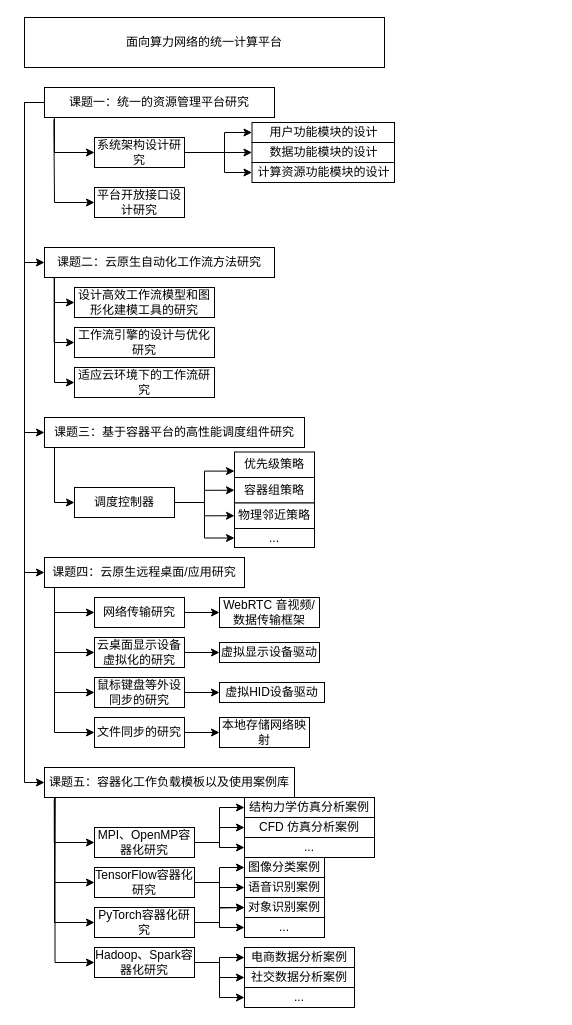
Above: page "第 2 页" (2 of 3) of suanflow.drawio in Fruneng/drawio-storage (draw.io), before the change. Source tidied: cells renumbered, new cells numbered last; positions are measured from the earlier drawing's top-left corner, leaving out a move shared by most shapes. Both pictures are drawn from the tidied source at 100%, with x=0, y=0 at pixel (24, 17).
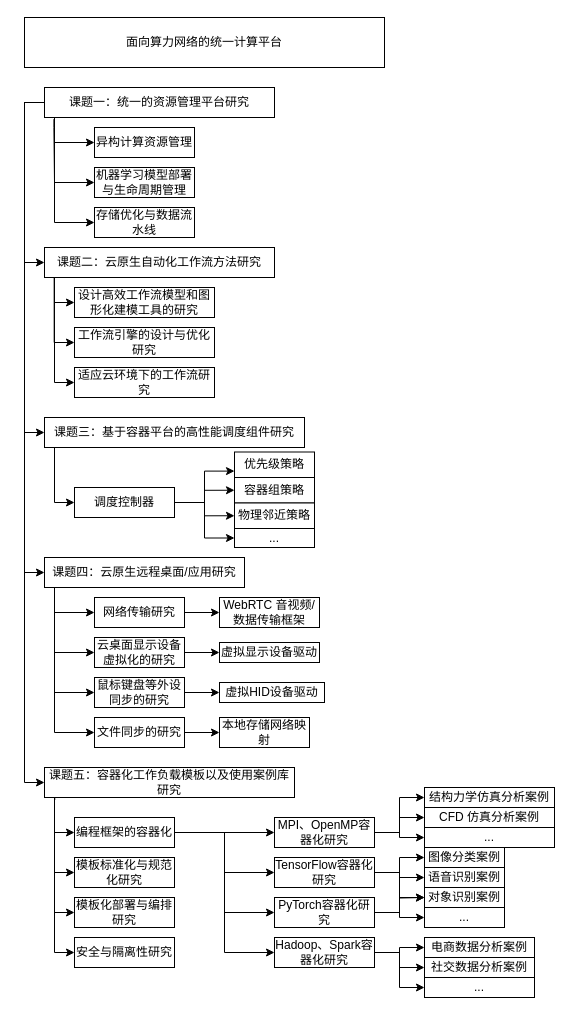
The same diagram, later.

Unchanged cells that the change refers to:
```xml
<mxCell id="5" value="课题一：统一的资源管理平台研究" style="rounded=0;whiteSpace=wrap;html=1;" parent="1" vertex="1">
  <mxGeometry x="20" y="70" width="230" height="30" as="geometry" />
</mxCell>
```

What changed in the source:
```diff
@@
-    <mxCell id="3" style="edgeStyle=orthogonalEdgeStyle;rounded=0;jettySize=auto;html=1;entryX=0;entryY=0.5;entryDx=0;entryDy=0;exitX=1;exitY=0.5;exitDx=0;exitDy=0;" parent="1" edge="1" source="60" target="44">
-      <mxGeometry relative="1" as="geometry">
-        <Array as="points">
-          <mxPoint x="200" y="135" />
-          <mxPoint x="200" y="115" />
-        </Array>
-      </mxGeometry>
-    </mxCell>
     <mxCell id="4" style="edgeStyle=orthogonalEdgeStyle;rounded=0;jettySize=auto;html=1;entryX=0;entryY=0.5;entryDx=0;entryDy=0;" parent="1" edge="1" source="5" target="60">
       <mxGeometry relative="1" as="geometry">
         <Array as="points">
-          <mxPoint x="30" y="135" />
+          <mxPoint x="30" y="125" />
         </Array>
       </mxGeometry>
     </mxCell>
@@
-    <mxCell id="10" style="edgeStyle=orthogonalEdgeStyle;rounded=0;jettySize=auto;html=1;entryX=0;entryY=0.5;entryDx=0;entryDy=0;exitX=0.039;exitY=1.069;exitDx=0;exitDy=0;exitPerimeter=0;" parent="1" edge="1" source="12" target="16">
-      <mxGeometry relative="1" as="geometry">
-        <Array as="points">
-          <mxPoint x="30" y="825" />
-        </Array>
-      </mxGeometry>
-    </mxCell>
-    <mxCell id="11" style="edgeStyle=orthogonalEdgeStyle;rounded=0;jettySize=auto;html=1;entryX=0;entryY=0.5;entryDx=0;entryDy=0;exitX=0.042;exitY=0.99;exitDx=0;exitDy=0;exitPerimeter=0;" parent="1" edge="1" source="12" target="21">
-      <mxGeometry relative="1" as="geometry">
-        <Array as="points">
-          <mxPoint x="31" y="790" />
-          <mxPoint x="30" y="865" />
-        </Array>
-      </mxGeometry>
-    </mxCell>
+    <mxCell id="83" style="edgeStyle=orthogonalEdgeStyle;rounded=0;jettySize=auto;html=1;entryX=0;entryY=0.5;entryDx=0;entryDy=0;" parent="1" edge="1" source="12" target="88">
+      <mxGeometry relative="1" as="geometry">
+        <Array as="points">
+          <mxPoint x="30" y="815" />
+        </Array>
+      </mxGeometry>
+    </mxCell>
-    <mxCell id="12" value="课题五：容器化工作负载模板以及使用案例库" style="rounded=0;whiteSpace=wrap;html=1;" parent="1" vertex="1">
+    <mxCell id="12" value="课题五：容器化工作负载模板以及使用案例库研究" style="rounded=0;whiteSpace=wrap;html=1;" parent="1" vertex="1">
       <mxGeometry x="20" y="750" width="250" height="30" as="geometry" />
     </mxCell>
-    <mxCell id="13" style="edgeStyle=orthogonalEdgeStyle;rounded=0;jettySize=auto;html=1;entryX=0;entryY=0.5;entryDx=0;entryDy=0;" parent="1" edge="1" source="16" target="31">
+    <mxCell id="13" style="edgeStyle=orthogonalEdgeStyle;rounded=0;jettySize=auto;html=1;entryX=0;entryY=0.5;entryDx=0;entryDy=0;exitX=1;exitY=0.5;exitDx=0;exitDy=0;" parent="1" edge="1" source="16" target="31">
       <mxGeometry relative="1" as="geometry" />
     </mxCell>
@@
     <mxCell id="16" value="MPI、OpenMP容器化研究" style="rounded=0;whiteSpace=wrap;html=1;" parent="1" vertex="1">
-      <mxGeometry x="70" y="810" width="100" height="30" as="geometry" />
+      <mxGeometry x="250" y="800" width="100" height="30" as="geometry" />
     </mxCell>
@@
     <mxCell id="21" value="TensorFlow容器化研究" style="rounded=0;whiteSpace=wrap;html=1;" parent="1" vertex="1">
-      <mxGeometry x="70" y="850" width="100" height="30" as="geometry" />
+      <mxGeometry x="250" y="840" width="100" height="30" as="geometry" />
     </mxCell>
     <mxCell id="22" style="edgeStyle=orthogonalEdgeStyle;rounded=0;jettySize=auto;html=1;" parent="1" edge="1" source="23">
       <mxGeometry relative="1" as="geometry">
-        <mxPoint x="220" y="890" as="targetPoint" />
+        <mxPoint x="400" y="880" as="targetPoint" />
       </mxGeometry>
     </mxCell>
     <mxCell id="23" value="PyTorch容器化研究" style="rounded=0;whiteSpace=wrap;html=1;" parent="1" vertex="1">
-      <mxGeometry x="70" y="890" width="100" height="30" as="geometry" />
+      <mxGeometry x="250" y="880" width="100" height="30" as="geometry" />
     </mxCell>
@@
     <mxCell id="27" value="Hadoop、Spark容器化研究" style="rounded=0;whiteSpace=wrap;html=1;" parent="1" vertex="1">
-      <mxGeometry x="70" y="930" width="100" height="30" as="geometry" />
+      <mxGeometry x="250" y="920" width="100" height="30" as="geometry" />
     </mxCell>
     <mxCell id="28" value="图像分类案例" style="rounded=0;whiteSpace=wrap;html=1;" parent="1" vertex="1">
-      <mxGeometry x="220" y="840" width="80" height="20" as="geometry" />
+      <mxGeometry x="400" y="830" width="80" height="20" as="geometry" />
     </mxCell>
     <mxCell id="29" value="语音识别案例" style="rounded=0;whiteSpace=wrap;html=1;" parent="1" vertex="1">
-      <mxGeometry x="220" y="860" width="80" height="20" as="geometry" />
+      <mxGeometry x="400" y="850" width="80" height="20" as="geometry" />
     </mxCell>
     <mxCell id="30" value="对象识别案例" style="rounded=0;whiteSpace=wrap;html=1;" parent="1" vertex="1">
-      <mxGeometry x="220" y="880" width="80" height="20" as="geometry" />
+      <mxGeometry x="400" y="870" width="80" height="20" as="geometry" />
     </mxCell>
     <mxCell id="31" value="结构力学仿真分析案例" style="rounded=0;whiteSpace=wrap;html=1;" parent="1" vertex="1">
-      <mxGeometry x="220" y="780" width="130" height="20" as="geometry" />
+      <mxGeometry x="400" y="770" width="130" height="20" as="geometry" />
     </mxCell>
     <mxCell id="32" value="CFD 仿真分析案例" style="rounded=0;whiteSpace=wrap;html=1;" parent="1" vertex="1">
-      <mxGeometry x="220" y="800" width="130" height="20" as="geometry" />
+      <mxGeometry x="400" y="790" width="130" height="20" as="geometry" />
     </mxCell>
     <mxCell id="33" value="..." style="rounded=0;whiteSpace=wrap;html=1;" parent="1" vertex="1">
-      <mxGeometry x="220" y="820" width="130" height="20" as="geometry" />
+      <mxGeometry x="400" y="810" width="130" height="20" as="geometry" />
     </mxCell>
-    <mxCell id="34" style="edgeStyle=orthogonalEdgeStyle;rounded=0;orthogonalLoop=1;jettySize=auto;html=1;entryX=0;entryY=0.5;entryDx=0;entryDy=0;" parent="1" edge="1">
-      <mxGeometry relative="1" as="geometry">
-        <mxPoint x="30" y="780" as="sourcePoint" />
-        <mxPoint x="70" y="905" as="targetPoint" />
-        <Array as="points">
-          <mxPoint x="30" y="830" />
-          <mxPoint x="30" y="905" />
-        </Array>
-      </mxGeometry>
-    </mxCell>
-    <mxCell id="35" style="edgeStyle=orthogonalEdgeStyle;rounded=0;jettySize=auto;html=1;exitX=0.042;exitY=1.01;exitDx=0;exitDy=0;exitPerimeter=0;" parent="1" edge="1" source="12">
-      <mxGeometry relative="1" as="geometry">
-        <mxPoint x="70" y="945" as="targetPoint" />
-        <Array as="points">
-          <mxPoint x="31" y="945" />
-        </Array>
-      </mxGeometry>
-    </mxCell>
     <mxCell id="36" value="..." style="rounded=0;whiteSpace=wrap;html=1;" parent="1" vertex="1">
-      <mxGeometry x="220" y="900" width="80" height="20" as="geometry" />
+      <mxGeometry x="400" y="890" width="80" height="20" as="geometry" />
     </mxCell>
     <mxCell id="37" value="电商数据分析案例" style="rounded=0;whiteSpace=wrap;html=1;" parent="1" vertex="1">
-      <mxGeometry x="220" y="930" width="110" height="20" as="geometry" />
+      <mxGeometry x="400" y="920" width="110" height="20" as="geometry" />
     </mxCell>
     <mxCell id="38" value="社交数据分析案例" style="rounded=0;whiteSpace=wrap;html=1;" parent="1" vertex="1">
-      <mxGeometry x="220" y="950" width="110" height="20" as="geometry" />
+      <mxGeometry x="400" y="940" width="110" height="20" as="geometry" />
     </mxCell>
@@
-    <mxCell id="44" value="用户功能模块的设计" style="rounded=0;whiteSpace=wrap;html=1;" parent="1" vertex="1">
-      <mxGeometry x="227.5" y="105" width="142.5" height="20" as="geometry" />
-    </mxCell>
-    <mxCell id="45" value="数据功能模块的设计" style="rounded=0;whiteSpace=wrap;html=1;" parent="1" vertex="1">
-      <mxGeometry x="227.5" y="125" width="142.5" height="20" as="geometry" />
-    </mxCell>
@@
-    <mxCell id="48" value="计算资源功能模块的设计" style="rounded=0;whiteSpace=wrap;html=1;" parent="1" vertex="1">
-      <mxGeometry x="227.5" y="145" width="142.5" height="20" as="geometry" />
-    </mxCell>
-    <mxCell id="49" style="edgeStyle=orthogonalEdgeStyle;rounded=0;jettySize=auto;html=1;entryX=0;entryY=0.5;entryDx=0;entryDy=0;exitX=1;exitY=0.5;exitDx=0;exitDy=0;" parent="1" edge="1" source="60" target="48">
-      <mxGeometry relative="1" as="geometry">
-        <Array as="points">
-          <mxPoint x="200" y="135" />
-          <mxPoint x="200" y="155" />
-        </Array>
-      </mxGeometry>
-    </mxCell>
@@
-    <mxCell id="59" style="edgeStyle=orthogonalEdgeStyle;rounded=0;jettySize=auto;html=1;entryX=0;entryY=0.5;entryDx=0;entryDy=0;" parent="1" edge="1" source="60" target="45">
-      <mxGeometry relative="1" as="geometry" />
-    </mxCell>
-    <mxCell id="60" value="系统架构设计研究" style="rounded=0;whiteSpace=wrap;html=1;" parent="1" vertex="1">
-      <mxGeometry x="70" y="120" width="90" height="30" as="geometry" />
+    <mxCell id="60" value="异构计算资源管理&lt;span id=&quot;docs-internal-guid-b4524b6a-7fff-c92a-5bed-5def69eb2762&quot;&gt;&lt;/span&gt;" style="rounded=0;whiteSpace=wrap;html=1;" parent="1" vertex="1">
+      <mxGeometry x="70" y="110" width="100" height="30" as="geometry" />
     </mxCell>
-    <mxCell id="61" value="平台开放接口设计研究" style="rounded=0;whiteSpace=wrap;html=1;" parent="1" vertex="1">
-      <mxGeometry x="70" y="170" width="90" height="30" as="geometry" />
+    <mxCell id="61" value="机器学习模型部署与生命周期管理" style="rounded=0;whiteSpace=wrap;html=1;" parent="1" vertex="1">
+      <mxGeometry x="70" y="150" width="100" height="30" as="geometry" />
     </mxCell>
@@
     <mxCell id="63" value="..." style="rounded=0;whiteSpace=wrap;html=1;" parent="1" vertex="1">
-      <mxGeometry x="220" y="970" width="110" height="20" as="geometry" />
+      <mxGeometry x="400" y="960" width="110" height="20" as="geometry" />
     </mxCell>
@@
     <mxCell id="81" style="edgeStyle=orthogonalEdgeStyle;rounded=0;jettySize=auto;html=1;entryX=0;entryY=0.5;entryDx=0;entryDy=0;exitX=0.041;exitY=1.055;exitDx=0;exitDy=0;exitPerimeter=0;" parent="1" edge="1" source="5" target="61">
       <mxGeometry relative="1" as="geometry">
         <Array as="points">
           <mxPoint x="29" y="110" />
-          <mxPoint x="30" y="110" />
-          <mxPoint x="30" y="185" />
+          <mxPoint x="30" y="175" />
         </Array>
       </mxGeometry>
     </mxCell>
@@
+    <mxCell id="84" style="edgeStyle=orthogonalEdgeStyle;rounded=0;jettySize=auto;html=1;" parent="1" edge="1" source="88" target="16">
+      <mxGeometry relative="1" as="geometry" />
+    </mxCell>
+    <mxCell id="85" style="edgeStyle=orthogonalEdgeStyle;rounded=0;jettySize=auto;html=1;entryX=0;entryY=0.5;entryDx=0;entryDy=0;" parent="1" edge="1" source="88" target="21">
+      <mxGeometry relative="1" as="geometry" />
+    </mxCell>
+    <mxCell id="86" style="edgeStyle=orthogonalEdgeStyle;rounded=0;jettySize=auto;html=1;entryX=0;entryY=0.5;entryDx=0;entryDy=0;" parent="1" edge="1" source="88" target="23">
+      <mxGeometry relative="1" as="geometry" />
+    </mxCell>
+    <mxCell id="87" style="edgeStyle=orthogonalEdgeStyle;rounded=0;jettySize=auto;html=1;entryX=0;entryY=0.5;entryDx=0;entryDy=0;" parent="1" edge="1" source="88" target="27">
+      <mxGeometry relative="1" as="geometry" />
+    </mxCell>
+    <mxCell id="88" value="编程框架的容器化" style="rounded=0;whiteSpace=wrap;html=1;" parent="1" vertex="1">
+      <mxGeometry x="50" y="800" width="100" height="30" as="geometry" />
+    </mxCell>
+    <mxCell id="89" value="模板标准化与规范化研究" style="rounded=0;whiteSpace=wrap;html=1;" parent="1" vertex="1">
+      <mxGeometry x="50" y="840" width="100" height="30" as="geometry" />
+    </mxCell>
+    <mxCell id="90" value="模板化部署与编排研究" style="rounded=0;whiteSpace=wrap;html=1;" parent="1" vertex="1">
+      <mxGeometry x="50" y="880" width="100" height="30" as="geometry" />
+    </mxCell>
+    <mxCell id="91" value="安全与隔离性研究" style="rounded=0;whiteSpace=wrap;html=1;" parent="1" vertex="1">
+      <mxGeometry x="50" y="920" width="100" height="30" as="geometry" />
+    </mxCell>
+    <mxCell id="92" style="edgeStyle=orthogonalEdgeStyle;rounded=0;jettySize=auto;html=1;entryX=0;entryY=0.5;entryDx=0;entryDy=0;exitX=0.044;exitY=1.05;exitDx=0;exitDy=0;exitPerimeter=0;" parent="1" edge="1" source="12" target="89">
+      <mxGeometry relative="1" as="geometry">
+        <Array as="points">
+          <mxPoint x="30" y="782" />
+          <mxPoint x="30" y="855" />
+        </Array>
+      </mxGeometry>
+    </mxCell>
+    <mxCell id="93" style="edgeStyle=orthogonalEdgeStyle;rounded=0;jettySize=auto;html=1;entryX=0;entryY=0.5;entryDx=0;entryDy=0;" parent="1" edge="1" target="90">
+      <mxGeometry relative="1" as="geometry">
+        <mxPoint x="30" y="780" as="sourcePoint" />
+        <Array as="points">
+          <mxPoint x="30" y="780" />
+          <mxPoint x="30" y="895" />
+        </Array>
+      </mxGeometry>
+    </mxCell>
+    <mxCell id="94" style="edgeStyle=orthogonalEdgeStyle;rounded=0;jettySize=auto;html=1;entryX=0;entryY=0.5;entryDx=0;entryDy=0;" parent="1" edge="1" target="91">
+      <mxGeometry relative="1" as="geometry">
+        <mxPoint x="30" y="780" as="sourcePoint" />
+        <Array as="points">
+          <mxPoint x="30" y="780" />
+          <mxPoint x="30" y="935" />
+        </Array>
+      </mxGeometry>
+    </mxCell>
+    <mxCell id="95" value="存储优化与数据流水线" style="rounded=0;whiteSpace=wrap;html=1;" parent="1" vertex="1">
+      <mxGeometry x="70" y="190" width="100" height="30" as="geometry" />
+    </mxCell>
+    <mxCell id="96" style="edgeStyle=orthogonalEdgeStyle;rounded=0;jettySize=auto;html=1;entryX=0;entryY=0.5;entryDx=0;entryDy=0;" parent="1" edge="1" target="95">
+      <mxGeometry relative="1" as="geometry">
+        <mxPoint x="30" y="100" as="sourcePoint" />
+        <Array as="points">
+          <mxPoint x="30" y="205" />
+        </Array>
+      </mxGeometry>
+    </mxCell>
```
